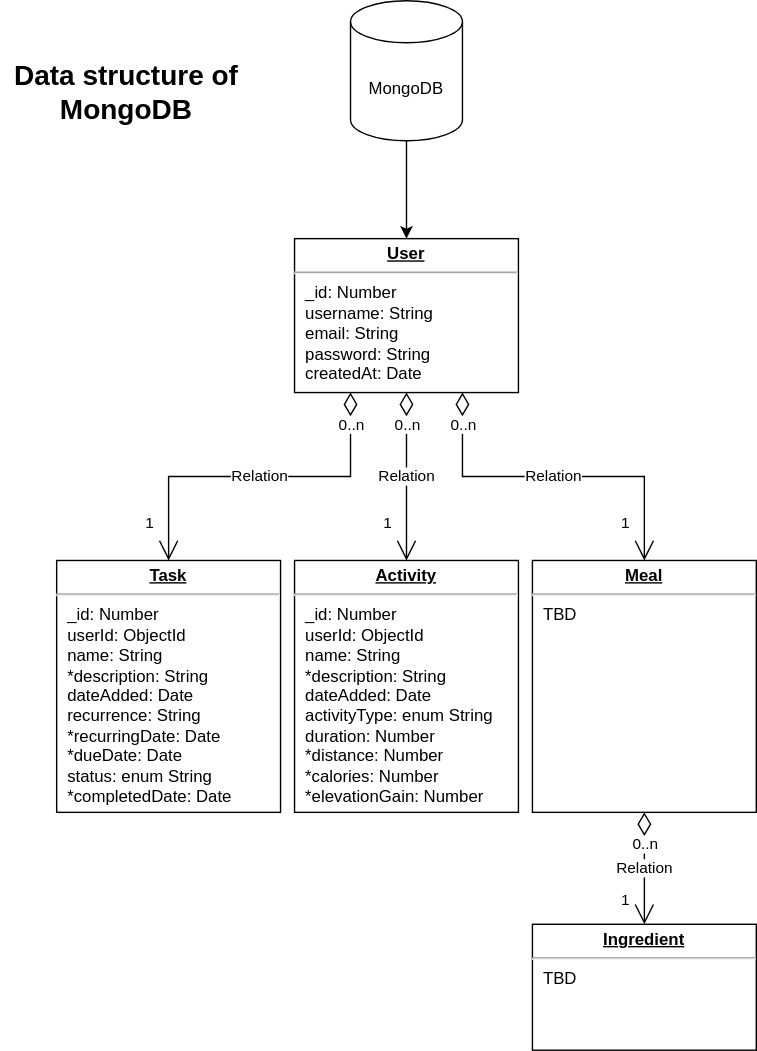
Above: docs/db.svg in DavidJerman/HabitTracker (draw.io), before the change. Source tidied: cells renumbered, new cells last; positions are measured from the earlier drawing's top-left corner, leaving out a move shared by most shapes.
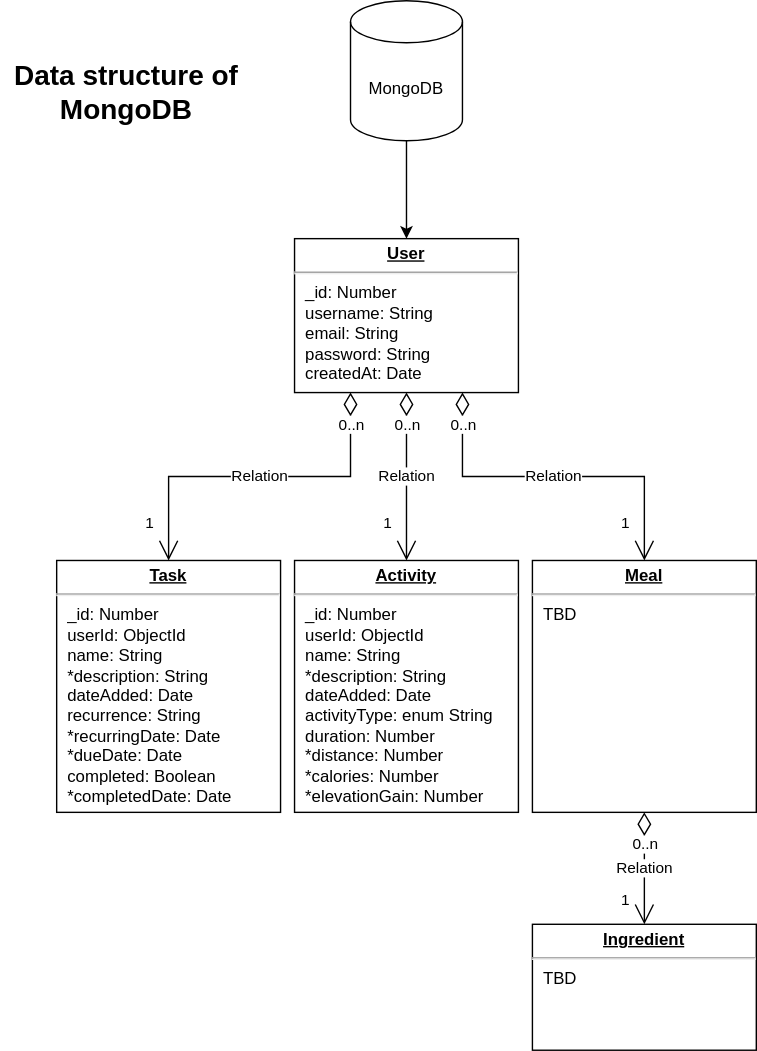
The same file after the commit.

Change to the diagram source:
```diff
@@ -11,7 +11,7 @@
     <mxCell id="4" value="&lt;p style=&quot;margin:0px;margin-top:4px;text-align:center;text-decoration:underline;&quot;&gt;&lt;b&gt;Meal&lt;/b&gt;&lt;/p&gt;&lt;hr&gt;&lt;p style=&quot;margin:0px;margin-left:8px;&quot;&gt;TBD&lt;/p&gt;" style="verticalAlign=top;align=left;overflow=fill;fontSize=12;fontFamily=Helvetica;html=1;whiteSpace=wrap;" parent="1" vertex="1">
       <mxGeometry x="380" y="400" width="160" height="180" as="geometry" />
     </mxCell>
-    <mxCell id="5" value="&lt;p style=&quot;margin:0px;margin-top:4px;text-align:center;text-decoration:underline;&quot;&gt;&lt;b&gt;Task&lt;/b&gt;&lt;/p&gt;&lt;hr&gt;&lt;p style=&quot;margin:0px;margin-left:8px;&quot;&gt;_id: Number&lt;/p&gt;&lt;p style=&quot;margin:0px;margin-left:8px;&quot;&gt;userId: ObjectId&lt;/p&gt;&lt;p style=&quot;margin:0px;margin-left:8px;&quot;&gt;name: String&lt;/p&gt;&lt;p style=&quot;margin:0px;margin-left:8px;&quot;&gt;*description: String&lt;/p&gt;&lt;p style=&quot;margin:0px;margin-left:8px;&quot;&gt;dateAdded: Date&lt;/p&gt;&lt;p style=&quot;margin:0px;margin-left:8px;&quot;&gt;recurrence: String&lt;/p&gt;&lt;p style=&quot;margin:0px;margin-left:8px;&quot;&gt;*recurringDate: Date&lt;/p&gt;&lt;p style=&quot;margin:0px;margin-left:8px;&quot;&gt;*dueDate: Date&lt;/p&gt;&lt;p style=&quot;margin:0px;margin-left:8px;&quot;&gt;status: enum String&lt;/p&gt;&lt;p style=&quot;margin:0px;margin-left:8px;&quot;&gt;*completedDate: Date&lt;/p&gt;" style="verticalAlign=top;align=left;overflow=fill;fontSize=12;fontFamily=Helvetica;html=1;whiteSpace=wrap;" parent="1" vertex="1">
+    <mxCell id="5" value="&lt;p style=&quot;margin:0px;margin-top:4px;text-align:center;text-decoration:underline;&quot;&gt;&lt;b&gt;Task&lt;/b&gt;&lt;/p&gt;&lt;hr&gt;&lt;p style=&quot;margin:0px;margin-left:8px;&quot;&gt;_id: Number&lt;/p&gt;&lt;p style=&quot;margin:0px;margin-left:8px;&quot;&gt;userId: ObjectId&lt;/p&gt;&lt;p style=&quot;margin:0px;margin-left:8px;&quot;&gt;name: String&lt;/p&gt;&lt;p style=&quot;margin:0px;margin-left:8px;&quot;&gt;*description: String&lt;/p&gt;&lt;p style=&quot;margin:0px;margin-left:8px;&quot;&gt;dateAdded: Date&lt;/p&gt;&lt;p style=&quot;margin:0px;margin-left:8px;&quot;&gt;recurrence: String&lt;/p&gt;&lt;p style=&quot;margin:0px;margin-left:8px;&quot;&gt;*recurringDate: Date&lt;/p&gt;&lt;p style=&quot;margin:0px;margin-left:8px;&quot;&gt;*dueDate: Date&lt;/p&gt;&lt;p style=&quot;margin:0px;margin-left:8px;&quot;&gt;completed: Boolean&lt;/p&gt;&lt;p style=&quot;margin:0px;margin-left:8px;&quot;&gt;*completedDate: Date&lt;/p&gt;" style="verticalAlign=top;align=left;overflow=fill;fontSize=12;fontFamily=Helvetica;html=1;whiteSpace=wrap;" parent="1" vertex="1">
       <mxGeometry x="40" y="400" width="160" height="180" as="geometry" />
     </mxCell>
     <mxCell id="6" value="&lt;p style=&quot;margin:0px;margin-top:4px;text-align:center;text-decoration:underline;&quot;&gt;&lt;b&gt;Activity&lt;/b&gt;&lt;/p&gt;&lt;hr&gt;&lt;p style=&quot;margin:0px;margin-left:8px;&quot;&gt;_id: Number&lt;/p&gt;&lt;p style=&quot;margin:0px;margin-left:8px;&quot;&gt;userId: ObjectId&lt;/p&gt;&lt;p style=&quot;margin:0px;margin-left:8px;&quot;&gt;name: String&lt;/p&gt;&lt;p style=&quot;margin:0px;margin-left:8px;&quot;&gt;*description: String&lt;/p&gt;&lt;p style=&quot;margin:0px;margin-left:8px;&quot;&gt;dateAdded: Date&lt;/p&gt;&lt;p style=&quot;margin:0px;margin-left:8px;&quot;&gt;activityType: enum String&lt;/p&gt;&lt;p style=&quot;margin:0px;margin-left:8px;&quot;&gt;duration: Number&lt;/p&gt;&lt;p style=&quot;margin:0px;margin-left:8px;&quot;&gt;*distance: Number&lt;/p&gt;&lt;p style=&quot;margin:0px;margin-left:8px;&quot;&gt;*calories: Number&lt;/p&gt;&lt;p style=&quot;margin:0px;margin-left:8px;&quot;&gt;*elevationGain: Number&lt;/p&gt;" style="verticalAlign=top;align=left;overflow=fill;fontSize=12;fontFamily=Helvetica;html=1;whiteSpace=wrap;" parent="1" vertex="1">
```
